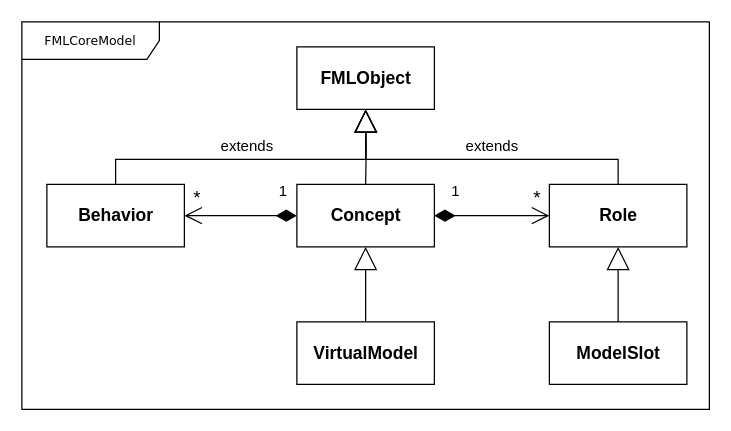
The draw.io diagram page "Page-1" (1 of 2) of Figures/FMLCoreModel.drawio in labsticc-p4s/multi-process-challenge, before the edit. Source tidied: cells renumbered, new cells numbered last; positions are measured from the earlier drawing's top-left corner, leaving out a move shared by most shapes. Both pictures are drawn from the tidied source at 125%, with x=0, y=0 at pixel (21, 21).
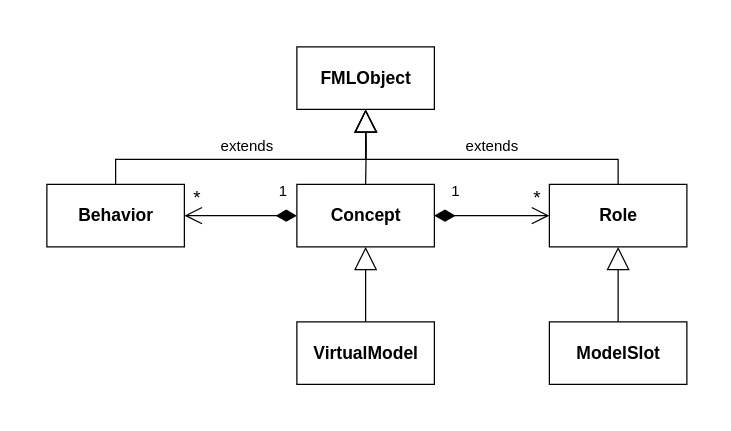
After the change.

Diff of the diagram source:
```diff
@@
-    <mxCell id="2" value="FMLCoreModel" style="shape=umlFrame;whiteSpace=wrap;html=1;rounded=0;shadow=0;comic=0;labelBackgroundColor=none;strokeWidth=1;fontFamily=Verdana;fontSize=10;align=center;width=110;height=30;" parent="1" vertex="1">
-      <mxGeometry width="550" height="310" as="geometry" />
-    </mxCell>
```
